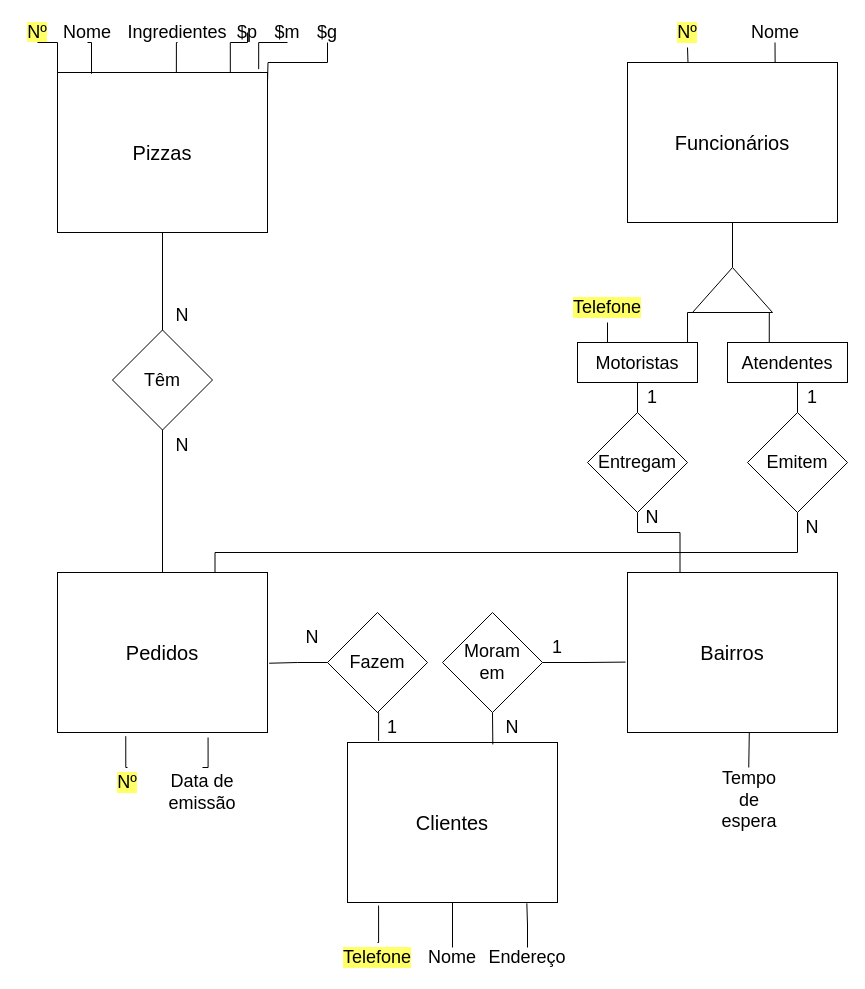
Earlier version of the draw.io diagram Lists/List01/Exec01/Pizzeria.drawio (RenanGAS/Database-1). Source tidied: cells renumbered, new cells numbered last; positions are measured from the earlier drawing's top-left corner, leaving out a move shared by most shapes. Both pictures are drawn from the tidied source at 100%, with x=0, y=0 at pixel (17, 17).
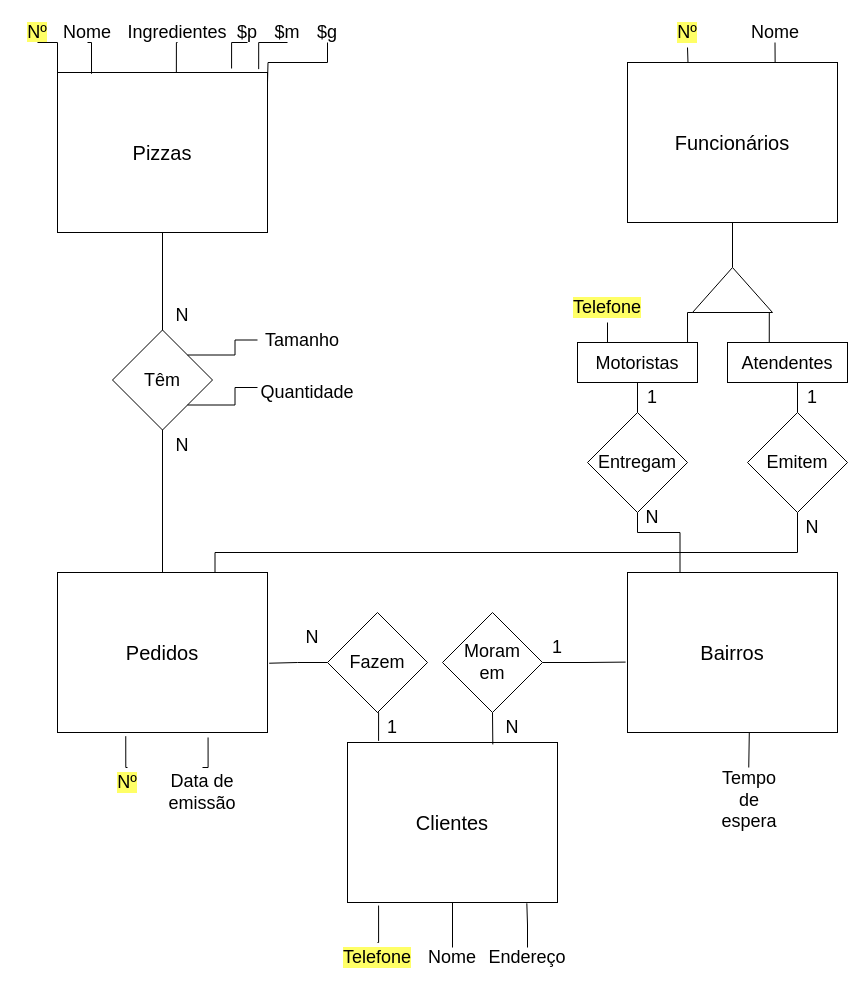
The same diagram, later.

Unchanged cells that the change refers to:
```xml
<mxCell id="2" value="&lt;font style=&quot;font-size: 20px&quot;&gt;Pizzas&lt;/font&gt;" style="rounded=0;whiteSpace=wrap;html=1;" parent="1" vertex="1">
  <mxGeometry x="40" y="55" width="210" height="160" as="geometry" />
</mxCell>
<mxCell id="25" value="$p" style="text;html=1;strokeColor=none;fillColor=none;align=center;verticalAlign=middle;whiteSpace=wrap;rounded=0;fontSize=18;" parent="1" vertex="1">
  <mxGeometry x="210" y="5" width="40" height="20" as="geometry" />
</mxCell>
<mxCell id="54" value="&lt;font style=&quot;font-size: 18px&quot;&gt;Têm&lt;br&gt;&lt;/font&gt;" style="rhombus;whiteSpace=wrap;html=1;fontSize=18;" parent="1" vertex="1">
  <mxGeometry x="95" y="312.5" width="100" height="100" as="geometry" />
</mxCell>
```

The edit, as a diff of the source:
```diff
@@
-    <mxCell id="24" style="edgeStyle=orthogonalEdgeStyle;rounded=0;jettySize=auto;html=1;exitX=0.5;exitY=1;exitDx=0;exitDy=0;entryX=0.823;entryY=0.001;entryDx=0;entryDy=0;entryPerimeter=0;fontSize=18;endArrow=none;endFill=0;" parent="1" edge="1" source="25" target="2">
+    <mxCell id="24" style="edgeStyle=orthogonalEdgeStyle;rounded=0;jettySize=auto;html=1;exitX=0.5;exitY=1;exitDx=0;exitDy=0;entryX=0.829;entryY=-0.025;entryDx=0;entryDy=0;entryPerimeter=0;endArrow=none;endFill=0;" parent="1" edge="1" source="25" target="2">
       <mxGeometry relative="1" as="geometry" />
     </mxCell>
@@
-    <mxCell id="26" style="edgeStyle=orthogonalEdgeStyle;rounded=0;orthogonalLoop=1;jettySize=auto;html=1;exitX=0.5;exitY=1;exitDx=0;exitDy=0;entryX=0.499;entryY=0.5;entryDx=0;entryDy=0;entryPerimeter=0;fontSize=18;endArrow=none;endFill=0;" parent="1" edge="1" source="25" target="25">
-      <mxGeometry relative="1" as="geometry" />
-    </mxCell>
@@
+    <mxCell id="69" style="edgeStyle=orthogonalEdgeStyle;rounded=0;jettySize=auto;html=1;exitX=0;exitY=0.5;exitDx=0;exitDy=0;entryX=1;entryY=0;entryDx=0;entryDy=0;endArrow=none;endFill=0;" parent="1" edge="1" source="70" target="54">
+      <mxGeometry relative="1" as="geometry" />
+    </mxCell>
+    <mxCell id="70" value="Tamanho" style="text;html=1;strokeColor=none;fillColor=none;align=center;verticalAlign=middle;whiteSpace=wrap;rounded=0;fontSize=18;" parent="1" vertex="1">
+      <mxGeometry x="240" y="312.5" width="90" height="20" as="geometry" />
+    </mxCell>
+    <mxCell id="71" style="edgeStyle=orthogonalEdgeStyle;rounded=0;jettySize=auto;html=1;exitX=0;exitY=0.25;exitDx=0;exitDy=0;entryX=1;entryY=1;entryDx=0;entryDy=0;endArrow=none;endFill=0;" parent="1" edge="1" source="72" target="54">
+      <mxGeometry relative="1" as="geometry" />
+    </mxCell>
+    <mxCell id="72" value="Quantidade" style="text;html=1;strokeColor=none;fillColor=none;align=center;verticalAlign=middle;whiteSpace=wrap;rounded=0;fontSize=18;" parent="1" vertex="1">
+      <mxGeometry x="240" y="365" width="100" height="20" as="geometry" />
+    </mxCell>
```
